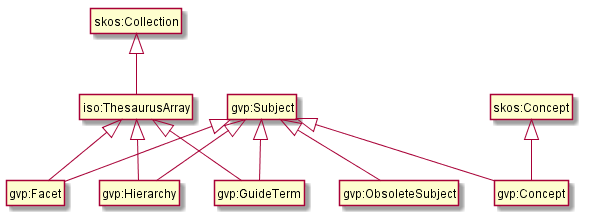
gerardbdn/VladimirAlexiev.github.io keeps this PlantUML diagram as aat/005-subject-classes.png. Above is the earlier version. The source it was exported from:
```plantuml
@startuml
hide empty attributes
hide empty methods
hide circles

"gvp:Subject"        <|-- "gvp:Facet"
"gvp:Subject"        <|-- "gvp:Hierarchy"
"gvp:Subject"        <|-- "gvp:GuideTerm"
"gvp:Subject"        <|-- "gvp:Concept"
"gvp:Subject"        <|-- "gvp:ObsoleteSubject"
"iso:ThesaurusArray" <|-- "gvp:Facet"
"iso:ThesaurusArray" <|-- "gvp:Hierarchy"
"iso:ThesaurusArray" <|-- "gvp:GuideTerm"
"skos:Concept"       <|-- "gvp:Concept"
"skos:Collection"    <|-- "iso:ThesaurusArray"
@enduml
```
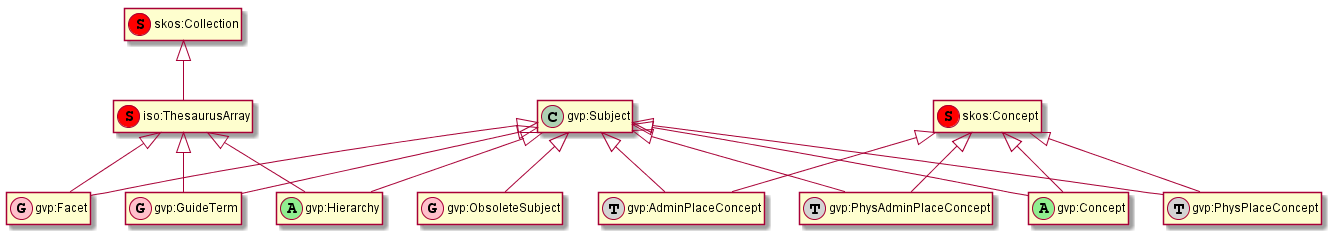
Above is the later version.

Change to the diagram source:
```diff
@@ -1,16 +1,33 @@
 @startuml
 hide empty attributes
 hide empty methods
-hide circles
+
+class "skos:Concept"              <<(S,red)>>
+class "skos:Collection"           <<(S,red)>>
+class "iso:ThesaurusArray"        <<(S,red)>>
+class "gvp:Facet"                 <<(G,pink)>>
+class "gvp:GuideTerm"             <<(G,pink)>>
+class "gvp:ObsoleteSubject"       <<(G,pink)>>
+class "gvp:Hierarchy"             <<(A,lightgreen)>>
+class "gvp:Concept"               <<(A,lightgreen)>>
+class "gvp:PhysPlaceConcept"      <<(T,lightgray)>>
+class "gvp:AdminPlaceConcept"     <<(T,lightgray)>>
+class "gvp:PhysAdminPlaceConcept" <<(T,lightgray)>>
 
 "gvp:Subject"        <|-- "gvp:Facet"
 "gvp:Subject"        <|-- "gvp:Hierarchy"
 "gvp:Subject"        <|-- "gvp:GuideTerm"
 "gvp:Subject"        <|-- "gvp:Concept"
+"gvp:Subject"        <|-- "gvp:PhysPlaceConcept"
+"gvp:Subject"        <|-- "gvp:AdminPlaceConcept"
+"gvp:Subject"        <|-- "gvp:PhysAdminPlaceConcept"
 "gvp:Subject"        <|-- "gvp:ObsoleteSubject"
 "iso:ThesaurusArray" <|-- "gvp:Facet"
 "iso:ThesaurusArray" <|-- "gvp:Hierarchy"
 "iso:ThesaurusArray" <|-- "gvp:GuideTerm"
 "skos:Concept"       <|-- "gvp:Concept"
+"skos:Concept"       <|-- "gvp:PhysPlaceConcept"
+"skos:Concept"       <|-- "gvp:AdminPlaceConcept"
+"skos:Concept"       <|-- "gvp:PhysAdminPlaceConcept"
 "skos:Collection"    <|-- "iso:ThesaurusArray"
 @enduml
```
